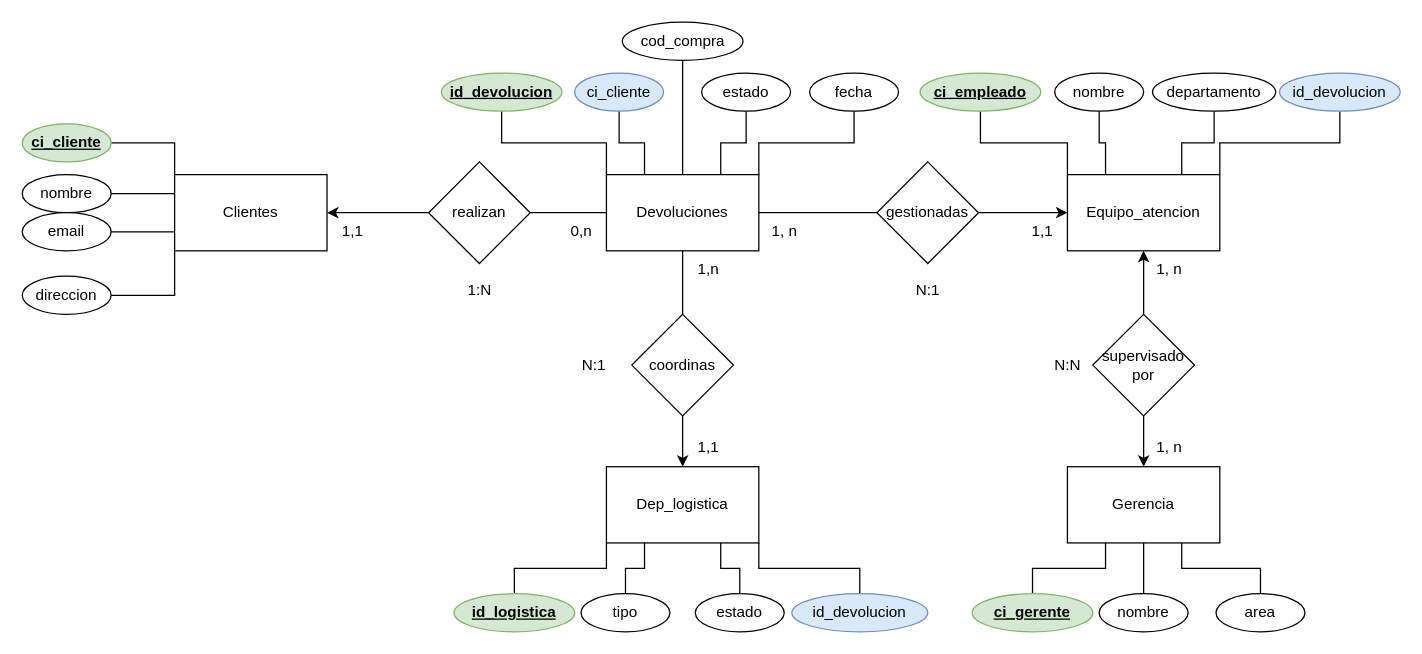
The draw.io diagram page "MER" (2 of 3) of automatizacion - ecommerce.drawio in AlbanyNVRodriguez/draw---diagrams, before the edit. Source tidied: cells renumbered, new cells numbered last; positions are measured from the earlier drawing's top-left corner, leaving out a move shared by most shapes. Both pictures are drawn from the tidied source at 127%, with x=0, y=0 at pixel (22, 22).
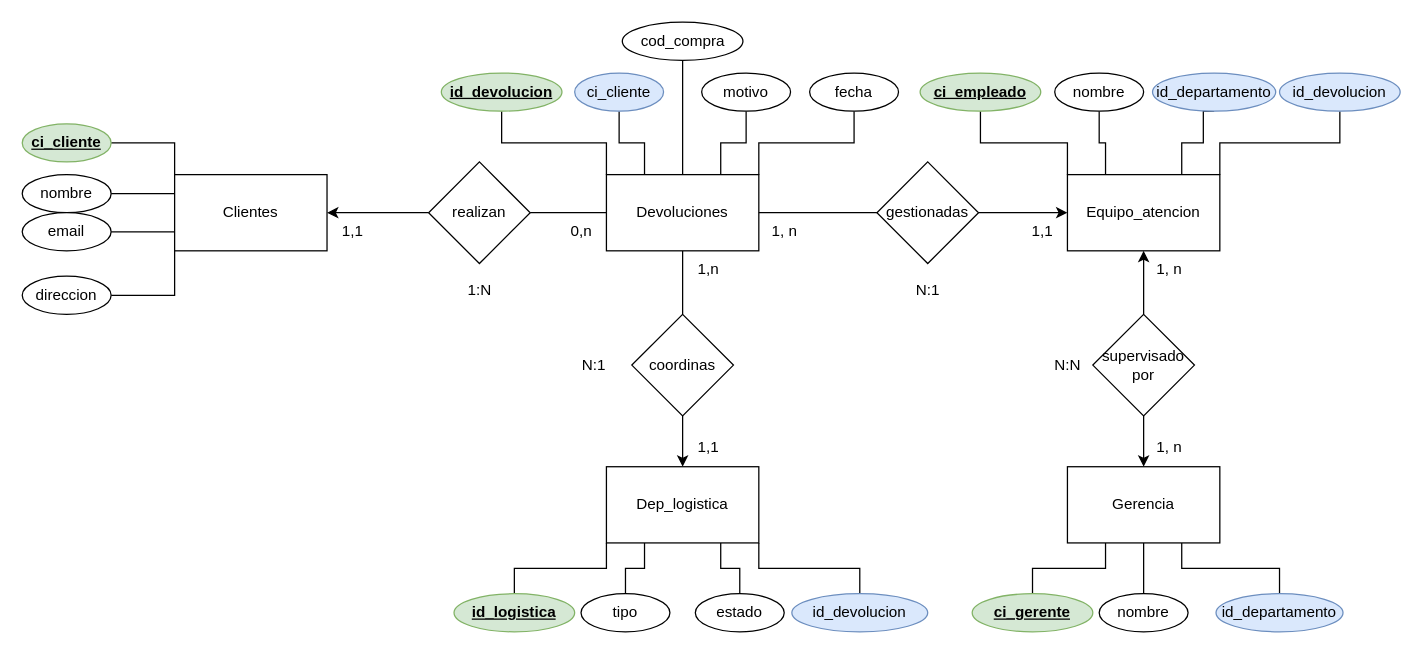
Above is the later version.

The change refers to these unchanged cells:
```xml
<mxCell id="23" value="Equipo_atencion" style="rounded=0;whiteSpace=wrap;html=1;" parent="1" vertex="1">
  <mxGeometry x="823" y="120" width="120" height="60" as="geometry" />
</mxCell>
```

What changed in the source:
```diff
@@
     <mxCell id="22" style="edgeStyle=orthogonalEdgeStyle;rounded=0;jettySize=auto;html=1;exitX=0.75;exitY=0;exitDx=0;exitDy=0;entryX=0.5;entryY=1;entryDx=0;entryDy=0;endArrow=none;endFill=0;" parent="1" edge="1" source="23" target="69">
-      <mxGeometry relative="1" as="geometry" />
+      <mxGeometry relative="1" as="geometry">
+        <Array as="points">
+          <mxPoint x="913" y="95" />
+          <mxPoint x="930" y="95" />
+          <mxPoint x="930" y="70" />
+        </Array>
+      </mxGeometry>
     </mxCell>
@@
-    <mxCell id="58" value="estado" style="ellipse;whiteSpace=wrap;html=1;" parent="1" vertex="1">
+    <mxCell id="58" value="motivo" style="ellipse;whiteSpace=wrap;html=1;" parent="1" vertex="1">
       <mxGeometry x="535" y="40" width="70" height="30" as="geometry" />
     </mxCell>
@@
-    <mxCell id="66" value="area" style="ellipse;whiteSpace=wrap;html=1;" parent="1" vertex="1">
-      <mxGeometry x="940" y="450" width="70" height="30" as="geometry" />
+    <mxCell id="66" value="id_departamento" style="ellipse;whiteSpace=wrap;html=1;fillColor=#dae8fc;strokeColor=#6c8ebf;" parent="1" vertex="1">
+      <mxGeometry x="940" y="450" width="100" height="30" as="geometry" />
     </mxCell>
@@
-    <mxCell id="69" value="departamento" style="ellipse;whiteSpace=wrap;html=1;" parent="1" vertex="1">
+    <mxCell id="69" value="id_departamento" style="ellipse;whiteSpace=wrap;html=1;fillColor=#dae8fc;strokeColor=#6c8ebf;" parent="1" vertex="1">
       <mxGeometry x="890" y="40" width="97" height="30" as="geometry" />
     </mxCell>
```
